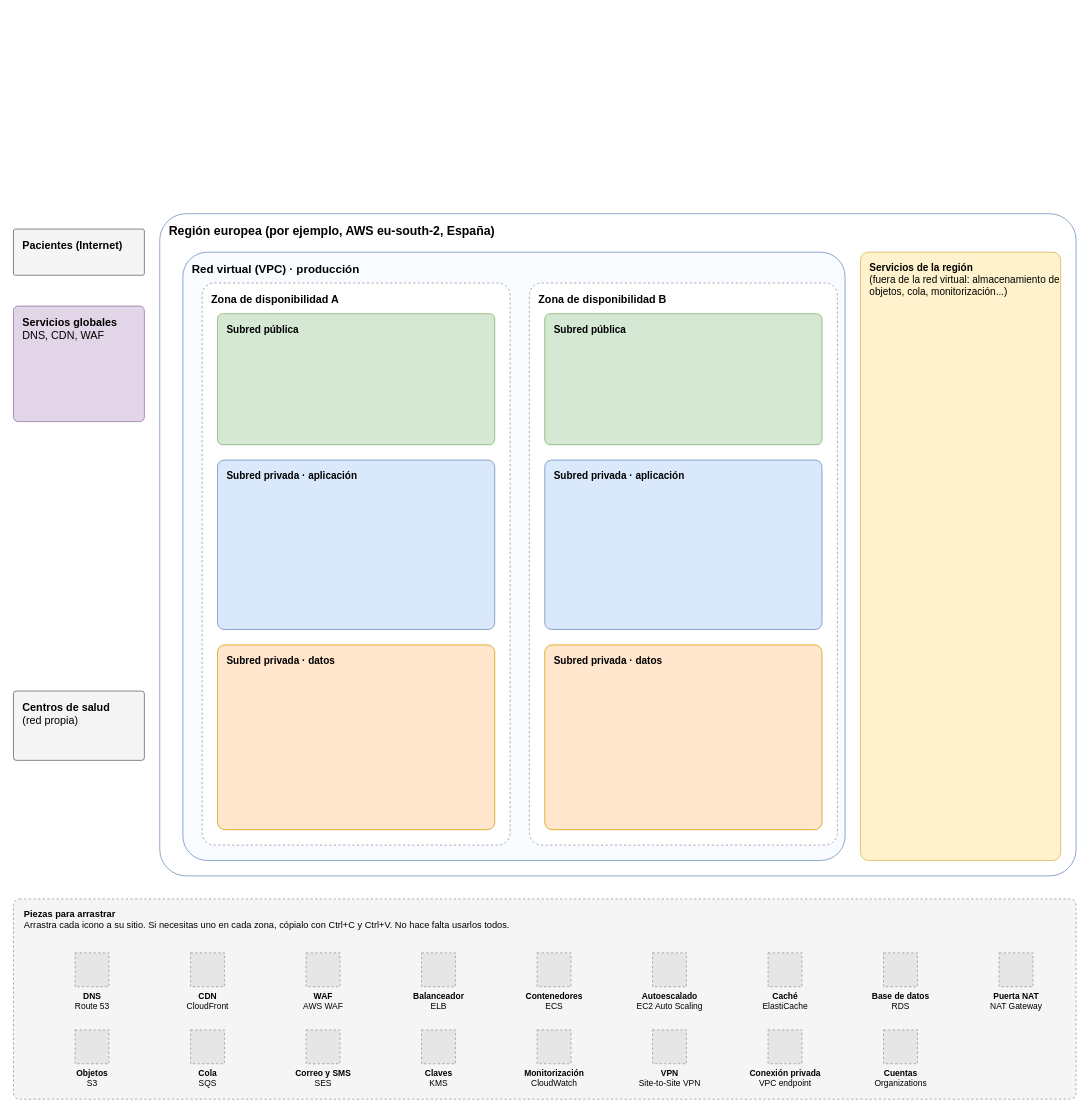
AndreuMonferrer/devopsmodulo5165 keeps this draw.io diagram as assets/plantilla-cita-previa.drawio. Above is the earlier version. Source tidied: cells renumbered, new cells numbered last; positions are measured from the earlier drawing's top-left corner, leaving out a move shared by most shapes. Both pictures are drawn from the tidied source at 77%, with x=0, y=0 at pixel (13, 213). Pictures stored in the file or linked from it are replaced by grey dashed boxes.
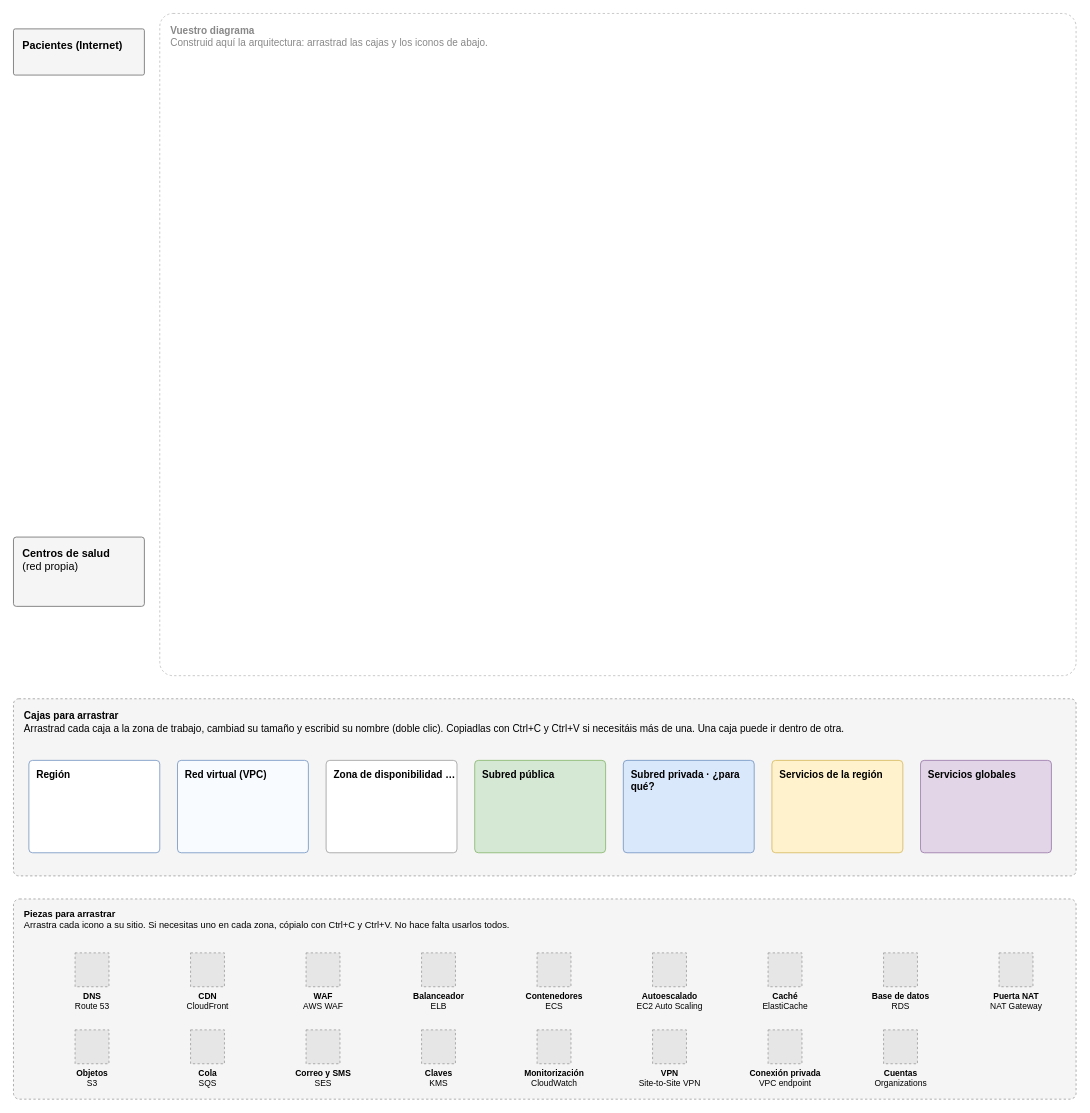
The same diagram, later.

Commit message (it also covers changes not shown here):
RA2 actividad 10: plantilla sin estructura, el alumnado construye región, VPC, zonas y subredes

Claude-Session: https://claude.ai/code/session_01MK6mqC9edCMyXs3Z7XnE3z

What changed in the source:
```diff
@@
+    <mxCell id="34" value="&lt;b&gt;Vuestro diagrama&lt;/b&gt;&lt;br&gt;Construid aquí la arquitectura: arrastrad las cajas y los iconos de abajo." style="rounded=1;arcSize=2;whiteSpace=wrap;html=1;fillColor=none;strokeColor=#bbbbbb;dashed=1;verticalAlign=top;align=left;spacingLeft=12;spacingTop=8;fontColor=#888888;fontSize=13;" parent="1" vertex="1">
+      <mxGeometry x="190" y="-260" width="1190" height="860" as="geometry" />
+    </mxCell>
+    <mxCell id="35" value="&lt;b&gt;Cajas para arrastrar&lt;/b&gt;&lt;br&gt;Arrastrad cada caja a la zona de trabajo, cambiad su tamaño y escribid su nombre (doble clic). Copiadlas con Ctrl+C y Ctrl+V si necesitáis más de una. Una caja puede ir dentro de otra." style="rounded=1;arcSize=3;whiteSpace=wrap;html=1;fillColor=#f5f5f5;strokeColor=#999999;dashed=1;verticalAlign=top;align=left;spacingLeft=12;spacingTop=8;fontSize=13;" parent="1" vertex="1">
+      <mxGeometry y="630" width="1380" height="230" as="geometry" />
+    </mxCell>
+    <mxCell id="36" value="Región" style="rounded=1;arcSize=4;whiteSpace=wrap;html=1;verticalAlign=top;align=left;spacingLeft=8;spacingTop=4;fontStyle=1;fontSize=13;fillColor=#ffffff;strokeColor=#6c8ebf;" parent="1" vertex="1">
+      <mxGeometry x="20" y="710" width="170" height="120" as="geometry" />
+    </mxCell>
+    <mxCell id="37" value="Red virtual (VPC)" style="rounded=1;arcSize=4;whiteSpace=wrap;html=1;verticalAlign=top;align=left;spacingLeft=8;spacingTop=4;fontStyle=1;fontSize=13;fillColor=#f8fbff;strokeColor=#6c8ebf;" parent="1" vertex="1">
+      <mxGeometry x="213" y="710" width="170" height="120" as="geometry" />
+    </mxCell>
+    <mxCell id="38" value="Zona de disponibilidad …" style="rounded=1;arcSize=4;whiteSpace=wrap;html=1;verticalAlign=top;align=left;spacingLeft=8;spacingTop=4;fontStyle=1;fontSize=13;fillColor=#ffffff;strokeColor=#999999;" parent="1" vertex="1">
+      <mxGeometry x="406" y="710" width="170" height="120" as="geometry" />
+    </mxCell>
+    <mxCell id="39" value="Subred pública" style="rounded=1;arcSize=4;whiteSpace=wrap;html=1;verticalAlign=top;align=left;spacingLeft=8;spacingTop=4;fontStyle=1;fontSize=13;fillColor=#d5e8d4;strokeColor=#82b366;" parent="1" vertex="1">
+      <mxGeometry x="599" y="710" width="170" height="120" as="geometry" />
+    </mxCell>
+    <mxCell id="40" value="Subred privada · ¿para qué?" style="rounded=1;arcSize=4;whiteSpace=wrap;html=1;verticalAlign=top;align=left;spacingLeft=8;spacingTop=4;fontStyle=1;fontSize=13;fillColor=#dae8fc;strokeColor=#6c8ebf;" parent="1" vertex="1">
+      <mxGeometry x="792" y="710" width="170" height="120" as="geometry" />
+    </mxCell>
+    <mxCell id="41" value="Servicios de la región" style="rounded=1;arcSize=4;whiteSpace=wrap;html=1;verticalAlign=top;align=left;spacingLeft=8;spacingTop=4;fontStyle=1;fontSize=13;fillColor=#fff2cc;strokeColor=#d6b656;" parent="1" vertex="1">
+      <mxGeometry x="985" y="710" width="170" height="120" as="geometry" />
+    </mxCell>
+    <mxCell id="42" value="Servicios globales" style="rounded=1;arcSize=4;whiteSpace=wrap;html=1;verticalAlign=top;align=left;spacingLeft=8;spacingTop=4;fontStyle=1;fontSize=13;fillColor=#e1d5e7;strokeColor=#9673a6;" parent="1" vertex="1">
+      <mxGeometry x="1178" y="710" width="170" height="120" as="geometry" />
+    </mxCell>
     <mxCell id="2" value="Pacientes (Internet)" style="rounded=1;arcSize=4;whiteSpace=wrap;html=1;fillColor=#f5f5f5;strokeColor=#666666;verticalAlign=top;align=left;spacingLeft=10;spacingTop=6;fontSize=14;fontStyle=1;dashed=0;" parent="1" vertex="1">
-      <mxGeometry y="20" width="170" height="60" as="geometry" />
+      <mxGeometry y="-240" width="170" height="60" as="geometry" />
     </mxCell>
-    <mxCell id="3" value="Servicios globales&lt;br&gt;&lt;span style=&quot;font-weight:normal&quot;&gt;DNS, CDN, WAF&lt;/span&gt;" style="rounded=1;arcSize=4;whiteSpace=wrap;html=1;fillColor=#e1d5e7;strokeColor=#9673a6;verticalAlign=top;align=left;spacingLeft=10;spacingTop=6;fontSize=14;fontStyle=1;dashed=0;" parent="1" vertex="1">
-      <mxGeometry y="120" width="170" height="150" as="geometry" />
-    </mxCell>
     <mxCell id="4" value="Centros de salud&lt;br&gt;&lt;span style=&quot;font-weight:normal&quot;&gt;(red propia)&lt;/span&gt;" style="rounded=1;arcSize=4;whiteSpace=wrap;html=1;fillColor=#f5f5f5;strokeColor=#666666;verticalAlign=top;align=left;spacingLeft=10;spacingTop=6;fontSize=14;fontStyle=1;dashed=0;" parent="1" vertex="1">
-      <mxGeometry y="620" width="170" height="90" as="geometry" />
+      <mxGeometry y="420" width="170" height="90" as="geometry" />
     </mxCell>
-    <mxCell id="5" value="Región europea (por ejemplo, AWS eu-south-2, España)" style="rounded=1;arcSize=4;whiteSpace=wrap;html=1;fillColor=#ffffff;strokeColor=#6c8ebf;verticalAlign=top;align=left;spacingLeft=10;spacingTop=6;fontSize=16;fontStyle=1;dashed=0;" parent="1" vertex="1">
-      <mxGeometry x="190" width="1190" height="860" as="geometry" />
-    </mxCell>
-    <mxCell id="6" value="Red virtual (VPC) · producción" style="rounded=1;arcSize=4;whiteSpace=wrap;html=1;fillColor=#f8fbff;strokeColor=#6c8ebf;verticalAlign=top;align=left;spacingLeft=10;spacingTop=6;fontSize=15;fontStyle=1;dashed=0;" parent="1" vertex="1">
-      <mxGeometry x="220" y="50" width="860" height="790" as="geometry" />
-    </mxCell>
-    <mxCell id="7" value="Zona de disponibilidad A" style="rounded=1;arcSize=4;whiteSpace=wrap;html=1;fillColor=#ffffff;strokeColor=#999999;verticalAlign=top;align=left;spacingLeft=10;spacingTop=6;fontSize=14;fontStyle=1;dashed=1;" parent="1" vertex="1">
-      <mxGeometry x="245" y="90" width="400" height="730" as="geometry" />
-    </mxCell>
-    <mxCell id="8" value="Subred pública" style="rounded=1;arcSize=4;whiteSpace=wrap;html=1;fillColor=#d5e8d4;strokeColor=#82b366;verticalAlign=top;align=left;spacingLeft=10;spacingTop=6;fontSize=13;fontStyle=1;dashed=0;" parent="1" vertex="1">
-      <mxGeometry x="265" y="130" width="360" height="170" as="geometry" />
-    </mxCell>
-    <mxCell id="9" value="Subred privada · aplicación" style="rounded=1;arcSize=4;whiteSpace=wrap;html=1;fillColor=#dae8fc;strokeColor=#6c8ebf;verticalAlign=top;align=left;spacingLeft=10;spacingTop=6;fontSize=13;fontStyle=1;dashed=0;" parent="1" vertex="1">
-      <mxGeometry x="265" y="320" width="360" height="220" as="geometry" />
-    </mxCell>
-    <mxCell id="10" value="Subred privada · datos" style="rounded=1;arcSize=4;whiteSpace=wrap;html=1;fillColor=#ffe6cc;strokeColor=#d79b00;verticalAlign=top;align=left;spacingLeft=10;spacingTop=6;fontSize=13;fontStyle=1;dashed=0;" parent="1" vertex="1">
-      <mxGeometry x="265" y="560" width="360" height="240" as="geometry" />
-    </mxCell>
-    <mxCell id="11" value="Zona de disponibilidad B" style="rounded=1;arcSize=4;whiteSpace=wrap;html=1;fillColor=#ffffff;strokeColor=#999999;verticalAlign=top;align=left;spacingLeft=10;spacingTop=6;fontSize=14;fontStyle=1;dashed=1;" parent="1" vertex="1">
-      <mxGeometry x="670" y="90" width="400" height="730" as="geometry" />
-    </mxCell>
-    <mxCell id="12" value="Subred pública" style="rounded=1;arcSize=4;whiteSpace=wrap;html=1;fillColor=#d5e8d4;strokeColor=#82b366;verticalAlign=top;align=left;spacingLeft=10;spacingTop=6;fontSize=13;fontStyle=1;dashed=0;" parent="1" vertex="1">
-      <mxGeometry x="690" y="130" width="360" height="170" as="geometry" />
-    </mxCell>
-    <mxCell id="13" value="Subred privada · aplicación" style="rounded=1;arcSize=4;whiteSpace=wrap;html=1;fillColor=#dae8fc;strokeColor=#6c8ebf;verticalAlign=top;align=left;spacingLeft=10;spacingTop=6;fontSize=13;fontStyle=1;dashed=0;" parent="1" vertex="1">
-      <mxGeometry x="690" y="320" width="360" height="220" as="geometry" />
-    </mxCell>
-    <mxCell id="14" value="Subred privada · datos" style="rounded=1;arcSize=4;whiteSpace=wrap;html=1;fillColor=#ffe6cc;strokeColor=#d79b00;verticalAlign=top;align=left;spacingLeft=10;spacingTop=6;fontSize=13;fontStyle=1;dashed=0;" parent="1" vertex="1">
-      <mxGeometry x="690" y="560" width="360" height="240" as="geometry" />
-    </mxCell>
-    <mxCell id="15" value="Servicios de la región&lt;br&gt;&lt;span style=&quot;font-weight:normal&quot;&gt;(fuera de la red virtual: almacenamiento de objetos, cola, monitorización...)&lt;/span&gt;" style="rounded=1;arcSize=4;whiteSpace=wrap;html=1;fillColor=#fff2cc;strokeColor=#d6b656;verticalAlign=top;align=left;spacingLeft=10;spacingTop=6;fontSize=13;fontStyle=1;dashed=0;" parent="1" vertex="1">
-      <mxGeometry x="1100" y="50" width="260" height="790" as="geometry" />
-    </mxCell>
```
